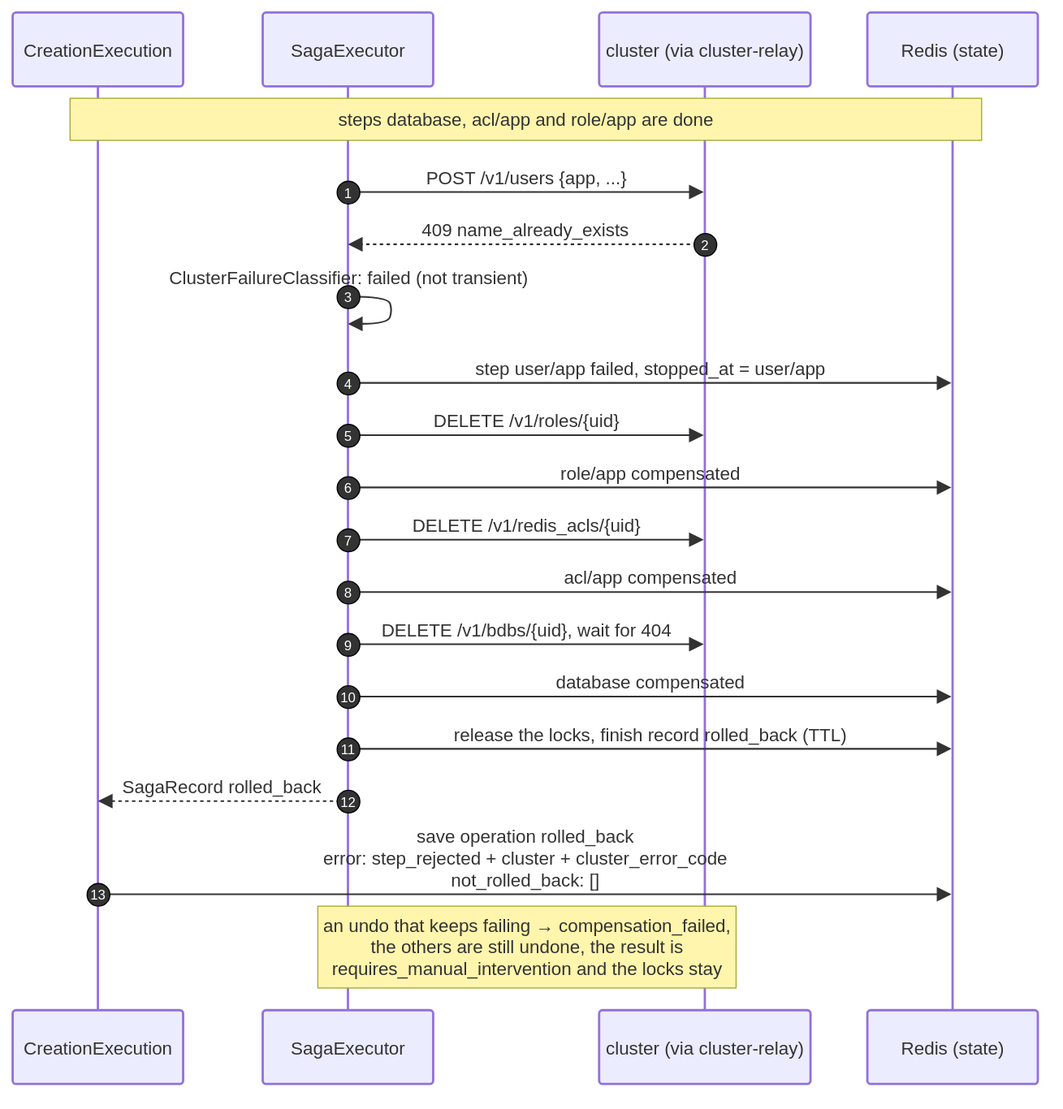
The draw.io diagram docs/diagrams/11-seq-rollback-single-site.drawio.svg in EliShteinman/redis-enterprise-services, before a commit. Source tidied: cells renumbered, new cells last; positions are measured from the earlier drawing's top-left corner, leaving out a move shared by most shapes.
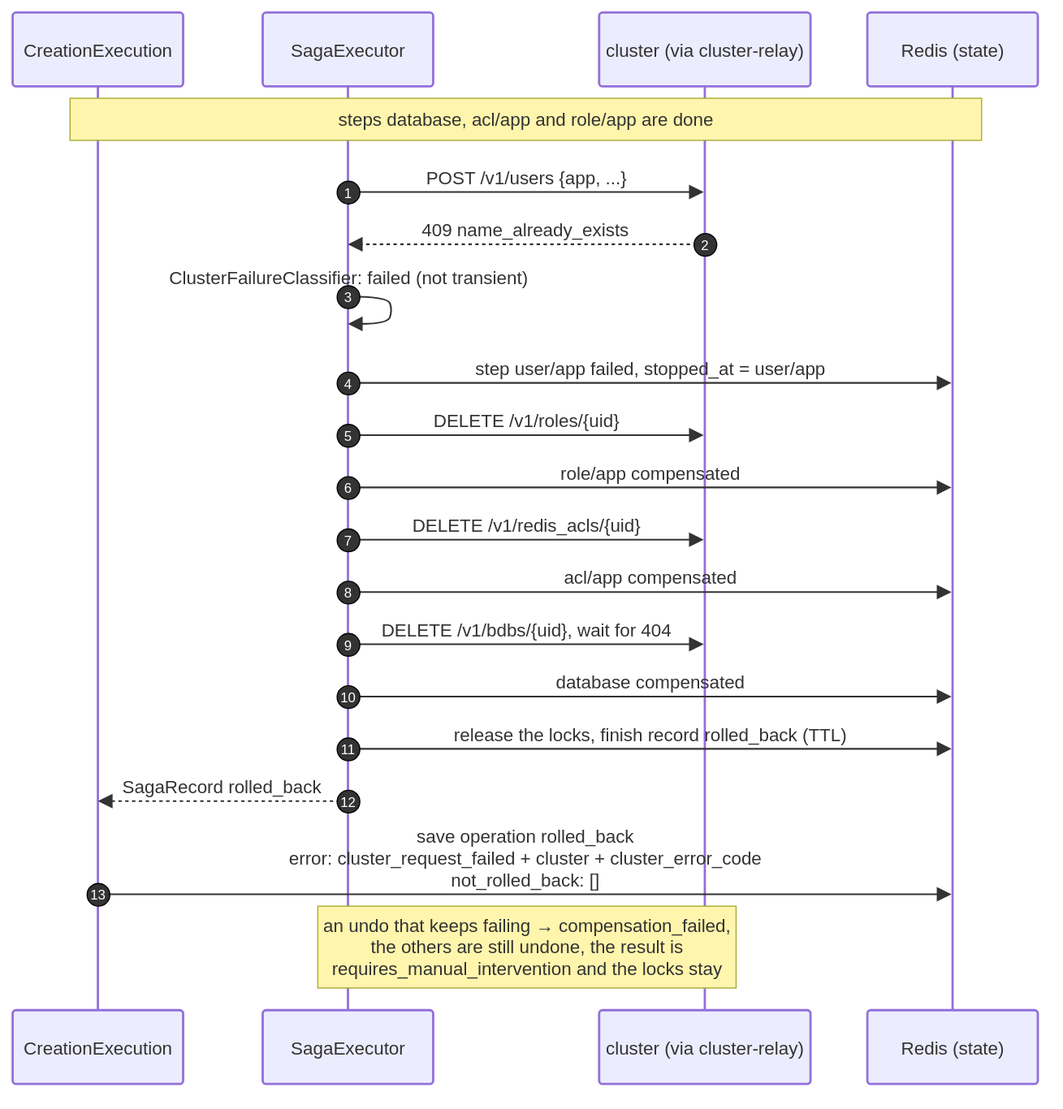
Later version of the same file.

Change to the diagram source:
```diff
@@ -139,7 +139,7 @@
     <mxCell id="30" value="12" style="ellipse;fillColor=light-dark(#333333,#cccccc);align=center;verticalAlign=middle;fontColor=light-dark(#FFFFFF,#333333);fontSize=12;" parent="1" vertex="1">
       <mxGeometry x="285" y="684" width="20" height="20" as="geometry" />
     </mxCell>
-    <mxCell id="31" value="save operation rolled_back&#10;error: step_rejected + cluster + cluster_error_code&#10;not_rolled_back: []" style="endArrow=block;endSize=9;verticalAlign=bottom;spacingBottom=2;edgeStyle=sequenceEdgeStyle;libavoidRouting=0;curved=0;rounded=0;fontSize=16;labelBackgroundColor=none;strokeWidth=1.5;strokeColor=light-dark(#333333,#cccccc);fontColor=light-dark(#333333,#cccccc);fontFamily=Trebuchet MS,Verdana,Arial,sans-serif;" parent="1" edge="1" source="2" target="5">
+    <mxCell id="31" value="save operation rolled_back&#10;error: cluster_request_failed + cluster + cluster_error_code&#10;not_rolled_back: []" style="endArrow=block;endSize=9;verticalAlign=bottom;spacingBottom=2;edgeStyle=sequenceEdgeStyle;libavoidRouting=0;curved=0;rounded=0;fontSize=16;labelBackgroundColor=none;strokeWidth=1.5;strokeColor=light-dark(#333333,#cccccc);fontColor=light-dark(#333333,#cccccc);fontFamily=Trebuchet MS,Verdana,Arial,sans-serif;" parent="1" edge="1" source="2" target="5">
       <mxGeometry relative="1" as="geometry">
         <Array as="points">
           <mxPoint x="451" y="776" />
```
